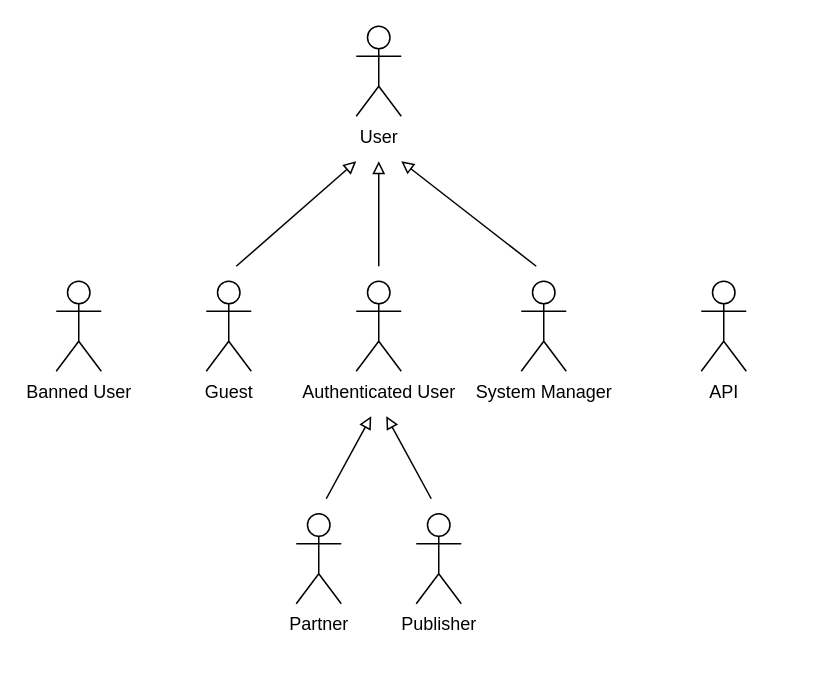
The draw.io diagram img/actors.drawio in biam05/lbaw-feup, before the edit. Source tidied: cells renumbered, new cells numbered last; positions are measured from the earlier drawing's top-left corner, leaving out a move shared by most shapes. Both pictures are drawn from the tidied source at 150%, with x=0, y=0 at pixel (56, 26).
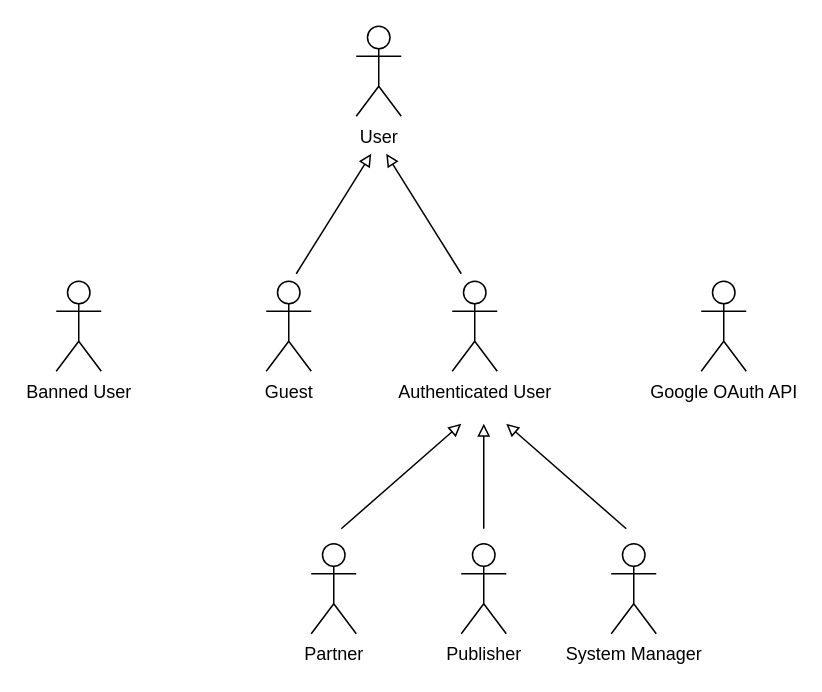
The same diagram, later.

Commit message (it also covers changes not shown here):
Actores figure updated; User stories orderer by priority; added a few user stories and business rules

The edit, as a diff of the source:
```diff
@@
 <mxGraphModel>
   <root>
     <mxCell id="0" />
     <mxCell id="1" parent="0" />
     <mxCell id="2" value="Guest" style="shape=umlActor;verticalLabelPosition=bottom;verticalAlign=top;html=1;" parent="1" vertex="1">
-      <mxGeometry x="100" y="170" width="30" height="60" as="geometry" />
+      <mxGeometry x="140" y="170" width="30" height="60" as="geometry" />
     </mxCell>
     <mxCell id="3" value="Authenticated User" style="shape=umlActor;verticalLabelPosition=bottom;verticalAlign=top;html=1;" parent="1" vertex="1">
-      <mxGeometry x="200" y="170" width="30" height="60" as="geometry" />
+      <mxGeometry x="264" y="170" width="30" height="60" as="geometry" />
     </mxCell>
     <mxCell id="4" value="System Manager" style="shape=umlActor;verticalLabelPosition=bottom;verticalAlign=top;html=1;" parent="1" vertex="1">
-      <mxGeometry x="310" y="170" width="30" height="60" as="geometry" />
+      <mxGeometry x="370" y="345" width="30" height="60" as="geometry" />
     </mxCell>
     <mxCell id="5" value="User" style="shape=umlActor;verticalLabelPosition=bottom;verticalAlign=top;html=1;" parent="1" vertex="1">
       <mxGeometry x="200" width="30" height="60" as="geometry" />
     </mxCell>
-    <mxCell id="6" style="rounded=0;orthogonalLoop=1;jettySize=auto;html=1;endArrow=block;endFill=0;" parent="1" edge="1">
+    <mxCell id="6" style="orthogonalLoop=1;jettySize=auto;html=1;endArrow=block;endFill=0;" parent="1" edge="1">
       <mxGeometry relative="1" as="geometry">
-        <mxPoint x="250" y="315" as="sourcePoint" />
-        <mxPoint x="220" y="260" as="targetPoint" />
+        <mxPoint x="270" y="165" as="sourcePoint" />
+        <mxPoint x="220" y="85" as="targetPoint" />
       </mxGeometry>
     </mxCell>
     <mxCell id="7" value="Partner" style="shape=umlActor;verticalLabelPosition=bottom;verticalAlign=top;html=1;" parent="1" vertex="1">
-      <mxGeometry x="160" y="325" width="30" height="60" as="geometry" />
+      <mxGeometry x="170" y="345" width="30" height="60" as="geometry" />
     </mxCell>
-    <mxCell id="8" style="rounded=0;orthogonalLoop=1;jettySize=auto;html=1;endArrow=block;endFill=0;" parent="1" edge="1">
+    <mxCell id="8" style="orthogonalLoop=1;jettySize=auto;html=1;endArrow=block;endFill=0;" parent="1" edge="1">
       <mxGeometry relative="1" as="geometry">
-        <mxPoint x="215" y="160" as="sourcePoint" />
-        <mxPoint x="215" y="90" as="targetPoint" />
+        <mxPoint x="285" y="335" as="sourcePoint" />
+        <mxPoint x="285" y="265" as="targetPoint" />
       </mxGeometry>
     </mxCell>
-    <mxCell id="9" style="rounded=0;orthogonalLoop=1;jettySize=auto;html=1;endArrow=block;endFill=0;" parent="1" edge="1">
+    <mxCell id="9" style="orthogonalLoop=1;jettySize=auto;html=1;endArrow=block;endFill=0;" parent="1" edge="1">
       <mxGeometry relative="1" as="geometry">
-        <mxPoint x="320" y="160" as="sourcePoint" />
-        <mxPoint x="230" y="90" as="targetPoint" />
+        <mxPoint x="380" y="335" as="sourcePoint" />
+        <mxPoint x="300" y="265" as="targetPoint" />
       </mxGeometry>
     </mxCell>
-    <mxCell id="10" style="rounded=0;orthogonalLoop=1;jettySize=auto;html=1;endArrow=block;endFill=0;" parent="1" edge="1">
+    <mxCell id="10" style="orthogonalLoop=1;jettySize=auto;html=1;endArrow=block;endFill=0;" parent="1" edge="1">
       <mxGeometry relative="1" as="geometry">
-        <mxPoint x="120" y="160" as="sourcePoint" />
-        <mxPoint x="200" y="90" as="targetPoint" />
+        <mxPoint x="190" y="335" as="sourcePoint" />
+        <mxPoint x="270" y="265" as="targetPoint" />
       </mxGeometry>
     </mxCell>
-    <mxCell id="11" value="API" style="shape=umlActor;verticalLabelPosition=bottom;verticalAlign=top;html=1;" parent="1" vertex="1">
+    <mxCell id="11" value="Google OAuth API" style="shape=umlActor;verticalLabelPosition=bottom;verticalAlign=top;html=1;" parent="1" vertex="1">
       <mxGeometry x="430" y="170" width="30" height="60" as="geometry" />
     </mxCell>
     <mxCell id="12" value="Banned User" style="shape=umlActor;verticalLabelPosition=bottom;verticalAlign=top;html=1;" parent="1" vertex="1">
       <mxGeometry y="170" width="30" height="60" as="geometry" />
     </mxCell>
     <mxCell id="13" value="Publisher" style="shape=umlActor;verticalLabelPosition=bottom;verticalAlign=top;html=1;" parent="1" vertex="1">
-      <mxGeometry x="240" y="325" width="30" height="60" as="geometry" />
+      <mxGeometry x="270" y="345" width="30" height="60" as="geometry" />
     </mxCell>
-    <mxCell id="14" style="rounded=0;orthogonalLoop=1;jettySize=auto;html=1;endArrow=block;endFill=0;" parent="1" edge="1">
+    <mxCell id="14" style="orthogonalLoop=1;jettySize=auto;html=1;endArrow=block;endFill=0;" parent="1" edge="1">
       <mxGeometry relative="1" as="geometry">
-        <mxPoint x="180" y="315" as="sourcePoint" />
-        <mxPoint x="210" y="260" as="targetPoint" />
+        <mxPoint x="160" y="165" as="sourcePoint" />
+        <mxPoint x="210" y="85" as="targetPoint" />
       </mxGeometry>
     </mxCell>
   </root>
 </mxGraphModel>
```
